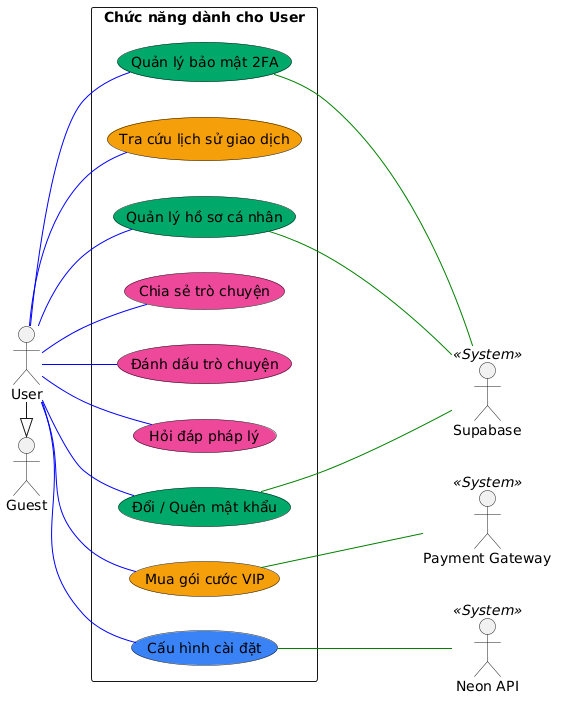
This is temp/01-UseCase/UML-UseCase-User.png from 20206205Tech/docs-uml, a PlantUML export, as it was before one commit.
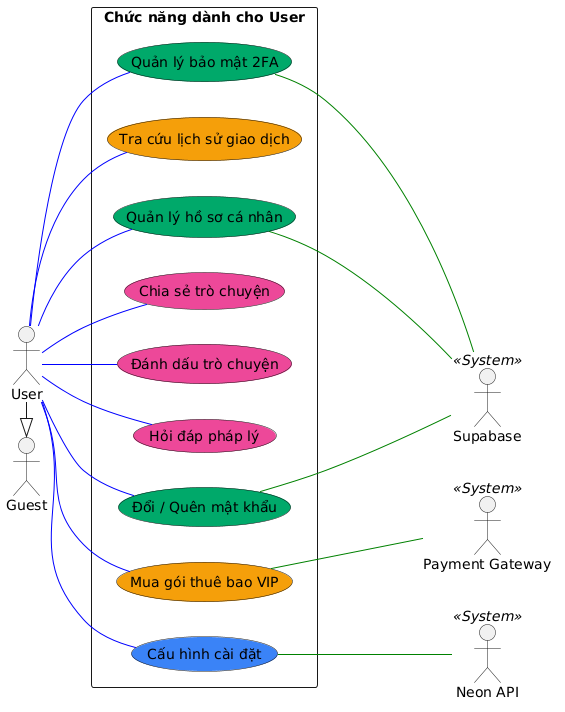
The same file after the commit.

Change to the diagram source:
```diff
@@ -21,7 +21,7 @@
   usecase "Đánh dấu trò chuyện" as UC_Bookmark #ec4899
   usecase "Chia sẻ trò chuyện" as UC_Share #ec4899
 
-  usecase "Mua gói cước VIP" as UC_PurchaseVIP #f59e0b
+  usecase "Mua gói thuê bao VIP" as UC_PurchaseVIP #f59e0b
   usecase "Tra cứu lịch sử giao dịch" as UC_TransactionHistory #f59e0b
 
   usecase "Cấu hình cài đặt" as UC_Settings #3b82f6
```
